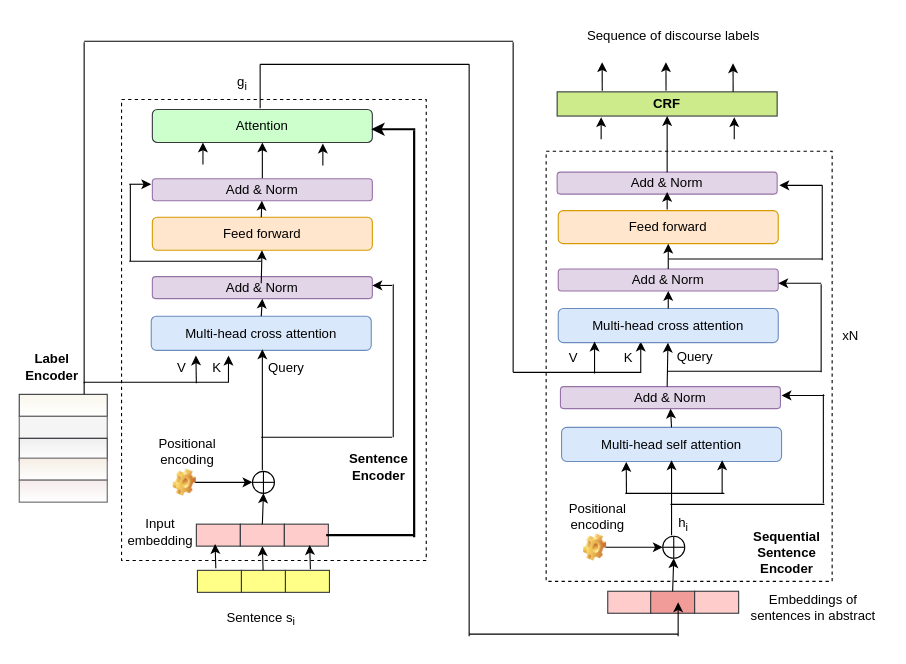
Earlier version of the draw.io diagram liht.drawio (dksanyal/Abstract2StructuredAbstract). Source tidied: cells renumbered, new cells numbered last; positions are measured from the earlier drawing's top-left corner, leaving out a move shared by most shapes. Both pictures are drawn from the tidied source at 110%, with x=0, y=0 at pixel (19, 19).
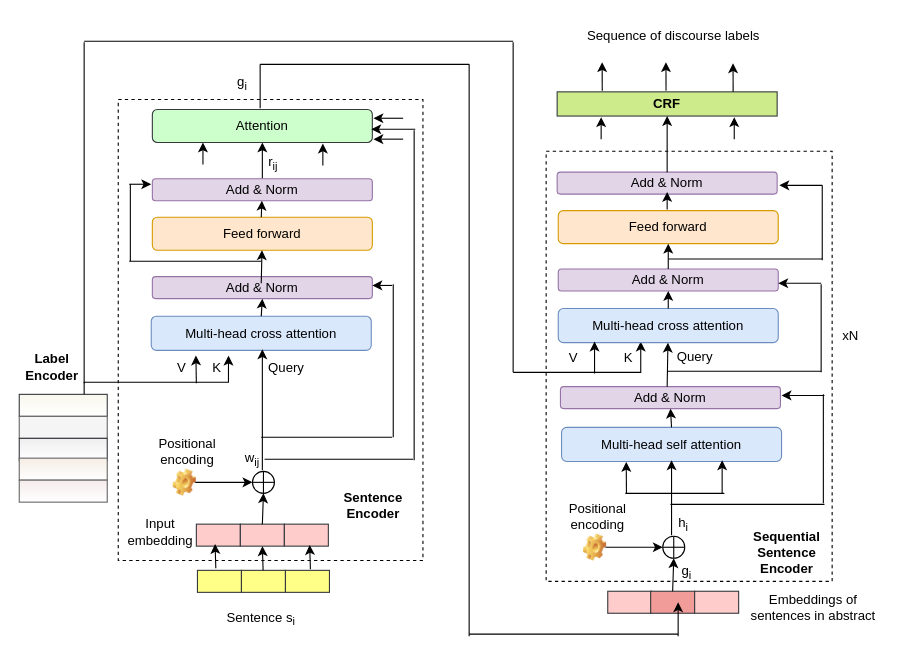
The same diagram, later.

The edit, as a diff of the source:
```diff
@@
     <mxCell id="3" style="rounded=0;whiteSpace=wrap;html=1;dashed=1;" parent="1" vertex="1">
-      <mxGeometry x="93" y="73" width="277" height="419" as="geometry" />
+      <mxGeometry x="90" y="73" width="277" height="419" as="geometry" />
     </mxCell>
@@
-    <mxCell id="33" style="endArrow=classic;html=1;rounded=0;strokeWidth=2;" parent="1" edge="1">
+    <mxCell id="33" style="endArrow=classic;html=1;rounded=0;strokeWidth=1;" parent="1" edge="1">
       <mxGeometry relative="1" as="geometry">
         <mxPoint x="360" y="100" as="sourcePoint" />
         <mxPoint x="320" y="100" as="targetPoint" />
       </mxGeometry>
     </mxCell>
@@
     <mxCell id="90" value="&lt;font style=&quot;font-size: 12px&quot;&gt;&lt;b&gt;Sentence Encoder&lt;/b&gt;&lt;/font&gt;" style="text;html=1;strokeColor=none;fillColor=none;align=center;verticalAlign=middle;whiteSpace=wrap;rounded=0;dashed=1;" parent="1" vertex="1">
-      <mxGeometry x="297" y="392" width="60" height="30" as="geometry" />
+      <mxGeometry x="292" y="427" width="60" height="30" as="geometry" />
     </mxCell>
@@
-    <mxCell id="103" style="endArrow=none;html=1;rounded=0;strokeWidth=2;" parent="1" edge="1">
+    <mxCell id="103" style="endArrow=none;html=1;rounded=0;strokeWidth=1;" parent="1" edge="1">
       <mxGeometry relative="1" as="geometry">
-        <mxPoint x="279" y="469" as="sourcePoint" />
-        <mxPoint x="359" y="469" as="targetPoint" />
+        <mxPoint x="223" y="400" as="sourcePoint" />
+        <mxPoint x="358" y="400" as="targetPoint" />
       </mxGeometry>
     </mxCell>
@@
-    <mxCell id="105" style="endArrow=none;html=1;rounded=0;fontSize=12;strokeWidth=2;" parent="1" edge="1">
+    <mxCell id="105" style="endArrow=none;html=1;rounded=0;fontSize=12;strokeWidth=1;" parent="1" edge="1">
       <mxGeometry relative="1" as="geometry">
-        <mxPoint x="359" y="471" as="sourcePoint" />
+        <mxPoint x="359" y="401" as="sourcePoint" />
         <mxPoint x="359" y="101" as="targetPoint" />
       </mxGeometry>
     </mxCell>
@@
+    <mxCell id="111" value="w&lt;sub&gt;ij&lt;/sub&gt;" style="text;html=1;strokeColor=none;fillColor=none;align=center;verticalAlign=middle;whiteSpace=wrap;rounded=0;dashed=1;fontSize=12;" parent="1" vertex="1">
+      <mxGeometry x="191" y="389" width="42" height="22" as="geometry" />
+    </mxCell>
+    <mxCell id="112" value="g&lt;sub&gt;i&lt;/sub&gt;" style="text;html=1;strokeColor=none;fillColor=none;align=center;verticalAlign=middle;whiteSpace=wrap;rounded=0;" parent="1" vertex="1">
+      <mxGeometry x="577" y="488" width="60" height="30" as="geometry" />
+    </mxCell>
+    <mxCell id="113" style="endArrow=classic;html=1;rounded=0;strokeWidth=1;" parent="1" edge="1">
+      <mxGeometry relative="1" as="geometry">
+        <mxPoint x="349" y="90" as="sourcePoint" />
+        <mxPoint x="322" y="90" as="targetPoint" />
+      </mxGeometry>
+    </mxCell>
+    <mxCell id="114" style="endArrow=classic;html=1;rounded=0;strokeWidth=1;" parent="1" edge="1">
+      <mxGeometry relative="1" as="geometry">
+        <mxPoint x="349" y="109" as="sourcePoint" />
+        <mxPoint x="322" y="109" as="targetPoint" />
+      </mxGeometry>
+    </mxCell>
+    <mxCell id="115" value="r&lt;sub&gt;ij&lt;/sub&gt;" style="text;html=1;strokeColor=none;fillColor=none;align=center;verticalAlign=middle;whiteSpace=wrap;rounded=0;dashed=1;fontSize=12;" parent="1" vertex="1">
+      <mxGeometry x="210" y="120" width="42" height="22" as="geometry" />
+    </mxCell>
```
